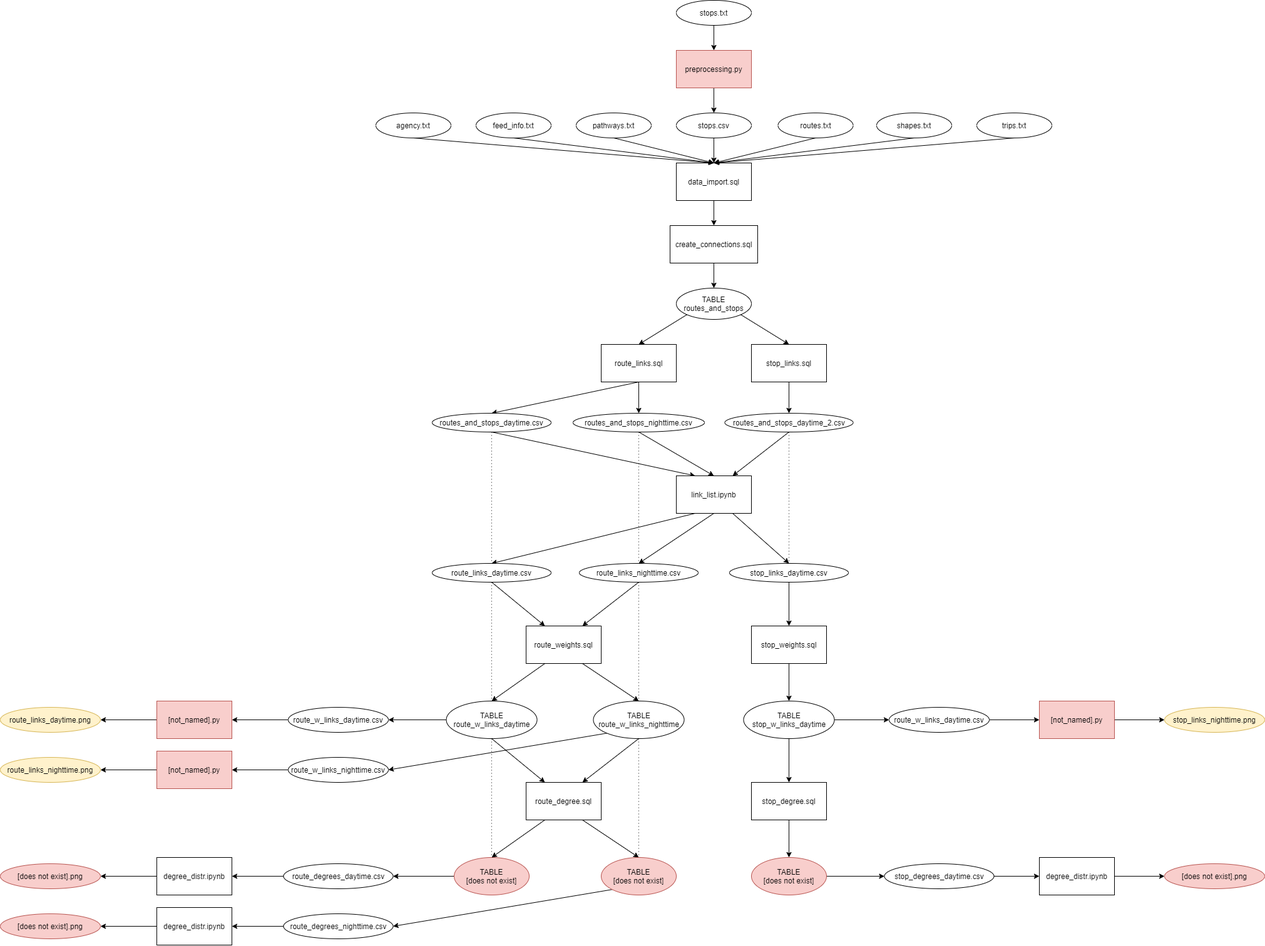
Above: workflow.png in baskayj/bkk_network (draw.io), before the change. Source tidied: cells renumbered, new cells last; positions are measured from the earlier drawing's top-left corner, leaving out a move shared by most shapes.
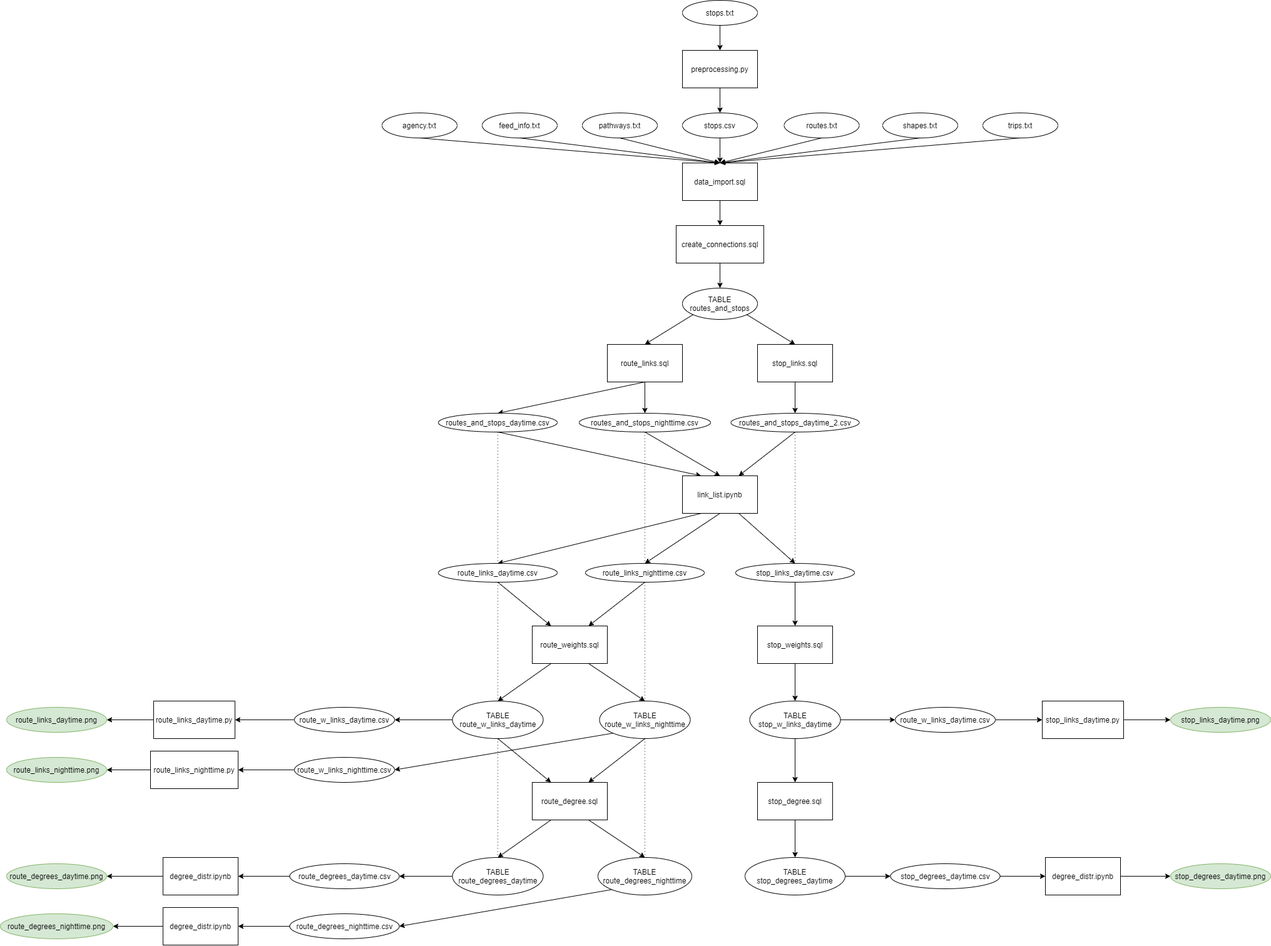
After the commit.

The edit, as a diff of the source:
```diff
@@ -200,35 +200,35 @@
     <mxCell id="67" style="edgeStyle=none;rounded=0;jettySize=auto;html=1;exitX=0;exitY=0.5;exitDx=0;exitDy=0;entryX=1;entryY=0.5;entryDx=0;entryDy=0;endArrow=classic;endFill=1;" parent="1" edge="1" source="68" target="73">
       <mxGeometry relative="1" as="geometry" />
     </mxCell>
-    <mxCell id="68" value="[not_named].py" style="rounded=0;whiteSpace=wrap;html=1;fillColor=#f8cecc;strokeColor=#b85450;" parent="1" vertex="1">
-      <mxGeometry x="250" y="1120" width="120" height="60" as="geometry" />
+    <mxCell id="68" value="route_links_daytime.py" style="rounded=0;whiteSpace=wrap;html=1;" parent="1" vertex="1">
+      <mxGeometry x="235" y="1120" width="130" height="60" as="geometry" />
     </mxCell>
     <mxCell id="69" style="edgeStyle=none;rounded=0;jettySize=auto;html=1;exitX=0;exitY=0.5;exitDx=0;exitDy=0;entryX=1;entryY=0.5;entryDx=0;entryDy=0;endArrow=classic;endFill=1;" parent="1" edge="1" source="70" target="74">
       <mxGeometry relative="1" as="geometry" />
     </mxCell>
-    <mxCell id="70" value="[not_named].py" style="rounded=0;whiteSpace=wrap;html=1;fillColor=#f8cecc;strokeColor=#b85450;" parent="1" vertex="1">
-      <mxGeometry x="250" y="1200" width="120" height="60" as="geometry" />
+    <mxCell id="70" value="route_links_nighttime.py" style="rounded=0;whiteSpace=wrap;html=1;" parent="1" vertex="1">
+      <mxGeometry x="230" y="1200" width="140" height="60" as="geometry" />
     </mxCell>
     <mxCell id="71" style="edgeStyle=none;rounded=0;jettySize=auto;html=1;exitX=1;exitY=0.5;exitDx=0;exitDy=0;entryX=0;entryY=0.5;entryDx=0;entryDy=0;endArrow=classic;endFill=1;" parent="1" edge="1" source="72" target="75">
       <mxGeometry relative="1" as="geometry" />
     </mxCell>
-    <mxCell id="72" value="[not_named].py" style="rounded=0;whiteSpace=wrap;html=1;fillColor=#f8cecc;strokeColor=#b85450;" parent="1" vertex="1">
-      <mxGeometry x="1660" y="1120" width="120" height="60" as="geometry" />
+    <mxCell id="72" value="stop_links_daytime.py" style="rounded=0;whiteSpace=wrap;html=1;" parent="1" vertex="1">
+      <mxGeometry x="1655" y="1120" width="130" height="60" as="geometry" />
     </mxCell>
-    <mxCell id="73" value="route_links_daytime.png" style="ellipse;whiteSpace=wrap;html=1;fillColor=#fff2cc;strokeColor=#d6b656;" parent="1" vertex="1">
+    <mxCell id="73" value="route_links_daytime.png" style="ellipse;whiteSpace=wrap;html=1;fillColor=#d5e8d4;strokeColor=#82b366;" parent="1" vertex="1">
       <mxGeometry y="1130" width="160" height="40" as="geometry" />
     </mxCell>
-    <mxCell id="74" value="route_links_nighttime.png" style="ellipse;whiteSpace=wrap;html=1;fillColor=#fff2cc;strokeColor=#d6b656;" parent="1" vertex="1">
+    <mxCell id="74" value="route_links_nighttime.png" style="ellipse;whiteSpace=wrap;html=1;fillColor=#d5e8d4;strokeColor=#82b366;" parent="1" vertex="1">
       <mxGeometry y="1210" width="160" height="40" as="geometry" />
     </mxCell>
-    <mxCell id="75" value="stop_links_nighttime.png" style="ellipse;whiteSpace=wrap;html=1;fillColor=#fff2cc;strokeColor=#d6b656;" parent="1" vertex="1">
+    <mxCell id="75" value="stop_links_daytime.png" style="ellipse;whiteSpace=wrap;html=1;fillColor=#d5e8d4;strokeColor=#82b366;" parent="1" vertex="1">
       <mxGeometry x="1860" y="1130" width="160" height="40" as="geometry" />
     </mxCell>
     <mxCell id="76" style="edgeStyle=none;rounded=0;jettySize=auto;html=1;exitX=0;exitY=0.5;exitDx=0;exitDy=0;entryX=1;entryY=0.5;entryDx=0;entryDy=0;endArrow=classic;endFill=1;" parent="1" edge="1" source="77" target="56">
       <mxGeometry relative="1" as="geometry" />
     </mxCell>
-    <mxCell id="77" value="TABLE&lt;br&gt;[does not exist]" style="ellipse;whiteSpace=wrap;html=1;fillColor=#f8cecc;strokeColor=#b85450;" parent="1" vertex="1">
-      <mxGeometry x="725" y="1370" width="120" height="60" as="geometry" />
+    <mxCell id="77" value="TABLE&lt;br&gt;route_degrees_daytime" style="ellipse;whiteSpace=wrap;html=1;" parent="1" vertex="1">
+      <mxGeometry x="712.5" y="1370" width="145" height="60" as="geometry" />
     </mxCell>
     <mxCell id="78" style="edgeStyle=none;rounded=0;jettySize=auto;html=1;exitX=0.25;exitY=1;exitDx=0;exitDy=0;entryX=0.5;entryY=0;entryDx=0;entryDy=0;endArrow=classic;endFill=1;" parent="1" edge="1" source="52" target="77">
       <mxGeometry relative="1" as="geometry" />
@@ -236,14 +236,14 @@
     <mxCell id="79" style="edgeStyle=none;rounded=0;jettySize=auto;html=1;exitX=0;exitY=1;exitDx=0;exitDy=0;entryX=1;entryY=0.5;entryDx=0;entryDy=0;endArrow=classic;endFill=1;" parent="1" edge="1" source="80" target="58">
       <mxGeometry relative="1" as="geometry" />
     </mxCell>
-    <mxCell id="80" value="TABLE&lt;br&gt;[does not exist]" style="ellipse;whiteSpace=wrap;html=1;fillColor=#f8cecc;strokeColor=#b85450;" parent="1" vertex="1">
-      <mxGeometry x="960" y="1370" width="120" height="60" as="geometry" />
+    <mxCell id="80" value="TABLE&lt;br&gt;route_degrees_nighttime" style="ellipse;whiteSpace=wrap;html=1;" parent="1" vertex="1">
+      <mxGeometry x="945" y="1370" width="150" height="60" as="geometry" />
     </mxCell>
     <mxCell id="81" style="edgeStyle=none;rounded=0;jettySize=auto;html=1;exitX=1;exitY=0.5;exitDx=0;exitDy=0;entryX=0;entryY=0.5;entryDx=0;entryDy=0;endArrow=classic;endFill=1;" parent="1" edge="1" source="82" target="60">
       <mxGeometry relative="1" as="geometry" />
     </mxCell>
-    <mxCell id="82" value="TABLE&lt;br&gt;[does not exist]" style="ellipse;whiteSpace=wrap;html=1;fillColor=#f8cecc;strokeColor=#b85450;" parent="1" vertex="1">
-      <mxGeometry x="1200" y="1370" width="120" height="60" as="geometry" />
+    <mxCell id="82" value="TABLE&lt;br&gt;stop_degrees_daytime" style="ellipse;whiteSpace=wrap;html=1;" parent="1" vertex="1">
+      <mxGeometry x="1180" y="1370" width="160" height="60" as="geometry" />
     </mxCell>
     <mxCell id="83" style="edgeStyle=none;rounded=0;jettySize=auto;html=1;exitX=0;exitY=0.5;exitDx=0;exitDy=0;entryX=1;entryY=0.5;entryDx=0;entryDy=0;endArrow=classic;endFill=1;" parent="1" edge="1" source="84" target="89">
       <mxGeometry relative="1" as="geometry" />
@@ -263,19 +263,19 @@
     <mxCell id="88" value="degree_distr.ipynb" style="rounded=0;whiteSpace=wrap;html=1;" parent="1" vertex="1">
       <mxGeometry x="1660" y="1370" width="120" height="60" as="geometry" />
     </mxCell>
-    <mxCell id="89" value="[does not exist].png" style="ellipse;whiteSpace=wrap;html=1;fillColor=#f8cecc;strokeColor=#b85450;" parent="1" vertex="1">
+    <mxCell id="89" value="route_degrees_daytime.png" style="ellipse;whiteSpace=wrap;html=1;fillColor=#d5e8d4;strokeColor=#82b366;" parent="1" vertex="1">
       <mxGeometry y="1380" width="160" height="40" as="geometry" />
     </mxCell>
-    <mxCell id="90" value="[does not exist].png" style="ellipse;whiteSpace=wrap;html=1;fillColor=#f8cecc;strokeColor=#b85450;" parent="1" vertex="1">
-      <mxGeometry y="1460" width="160" height="40" as="geometry" />
+    <mxCell id="90" value="route_degrees_nighttime.png" style="ellipse;whiteSpace=wrap;html=1;fillColor=#d5e8d4;strokeColor=#82b366;" parent="1" vertex="1">
+      <mxGeometry x="-10" y="1460" width="180" height="40" as="geometry" />
     </mxCell>
-    <mxCell id="91" value="[does not exist].png" style="ellipse;whiteSpace=wrap;html=1;fillColor=#f8cecc;strokeColor=#b85450;" parent="1" vertex="1">
+    <mxCell id="91" value="stop_degrees_daytime.png" style="ellipse;whiteSpace=wrap;html=1;fillColor=#d5e8d4;strokeColor=#82b366;" parent="1" vertex="1">
       <mxGeometry x="1860" y="1380" width="160" height="40" as="geometry" />
     </mxCell>
     <mxCell id="92" style="edgeStyle=none;rounded=0;jettySize=auto;html=1;exitX=0.5;exitY=1;exitDx=0;exitDy=0;entryX=0.5;entryY=0;entryDx=0;entryDy=0;endArrow=classic;endFill=1;" parent="1" edge="1" source="93" target="95">
       <mxGeometry relative="1" as="geometry" />
     </mxCell>
-    <mxCell id="93" value="preprocessing.py" style="rounded=0;whiteSpace=wrap;html=1;fillColor=#f8cecc;strokeColor=#b85450;" parent="1" vertex="1">
+    <mxCell id="93" value="preprocessing.py" style="rounded=0;whiteSpace=wrap;html=1;" parent="1" vertex="1">
       <mxGeometry x="1080" y="80" width="120" height="60" as="geometry" />
     </mxCell>
     <mxCell id="94" style="edgeStyle=none;rounded=0;jettySize=auto;html=1;exitX=0.5;exitY=1;exitDx=0;exitDy=0;entryX=0.5;entryY=0;entryDx=0;entryDy=0;endArrow=classic;endFill=1;" parent="1" edge="1" source="95" target="3">
```
